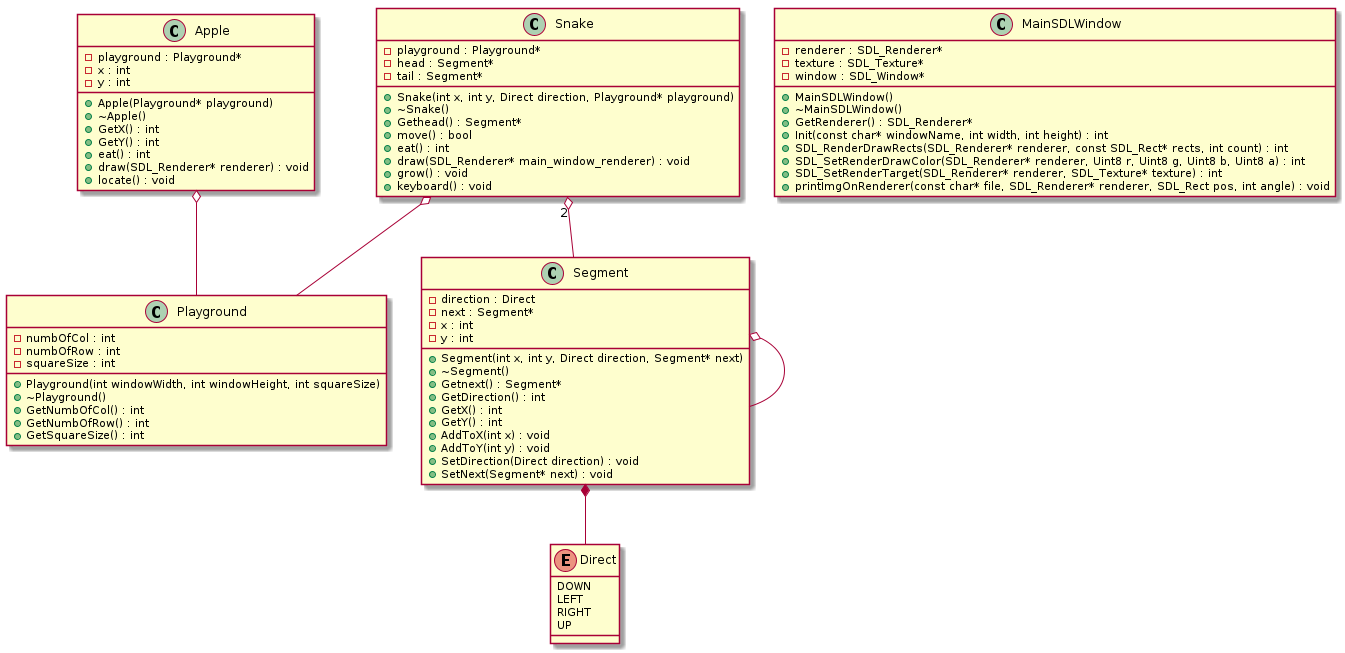
Earlier version of the PlantUML export uml/classes.png (Kyosuuke/gtech1-b24-snake).
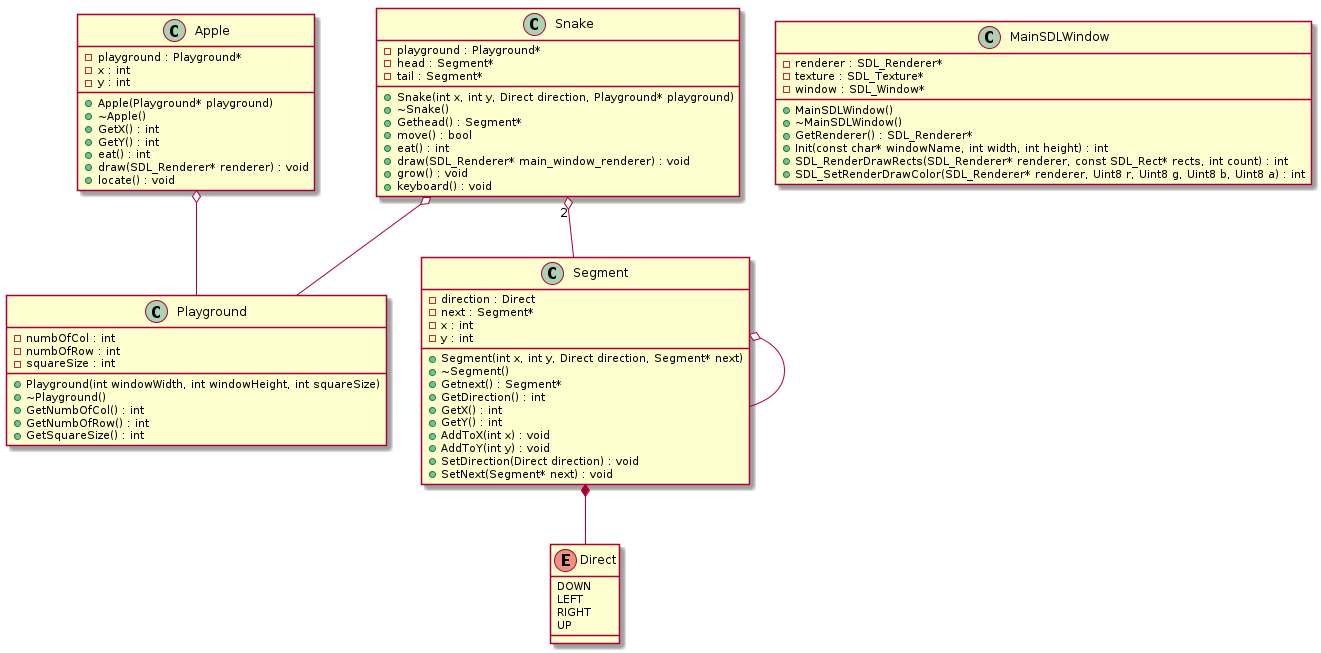
The same diagram one commit later.

The edit, as a diff of the source:
```diff
@@ -29,8 +29,6 @@
 	+Init(const char* windowName, int width, int height) : int
 	+SDL_RenderDrawRects(SDL_Renderer* renderer, const SDL_Rect* rects, int count) : int
 	+SDL_SetRenderDrawColor(SDL_Renderer* renderer, Uint8 r, Uint8 g, Uint8 b, Uint8 a) : int
-	+SDL_SetRenderTarget(SDL_Renderer* renderer, SDL_Texture* texture) : int
-	+printImgOnRenderer(const char* file, SDL_Renderer* renderer, SDL_Rect pos, int angle) : void
 }
 
 
```
